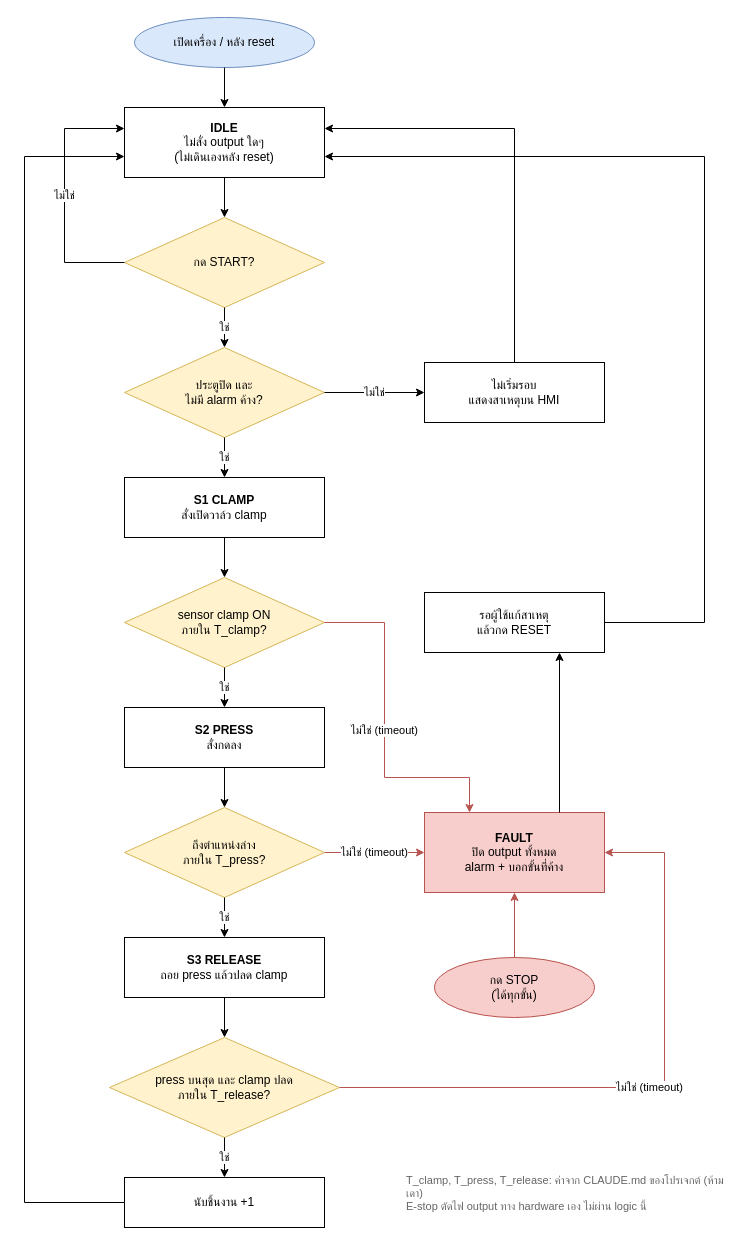
GotPatipan39/gppi keeps this draw.io diagram as skills/flowchart/examples/clamp-press-cycle.drawio. Above is the earlier version. Source tidied: cells renumbered, new cells numbered last; positions are measured from the earlier drawing's top-left corner, leaving out a move shared by most shapes. Both pictures are drawn from the tidied source at 100%, with x=0, y=0 at pixel (24, 17).
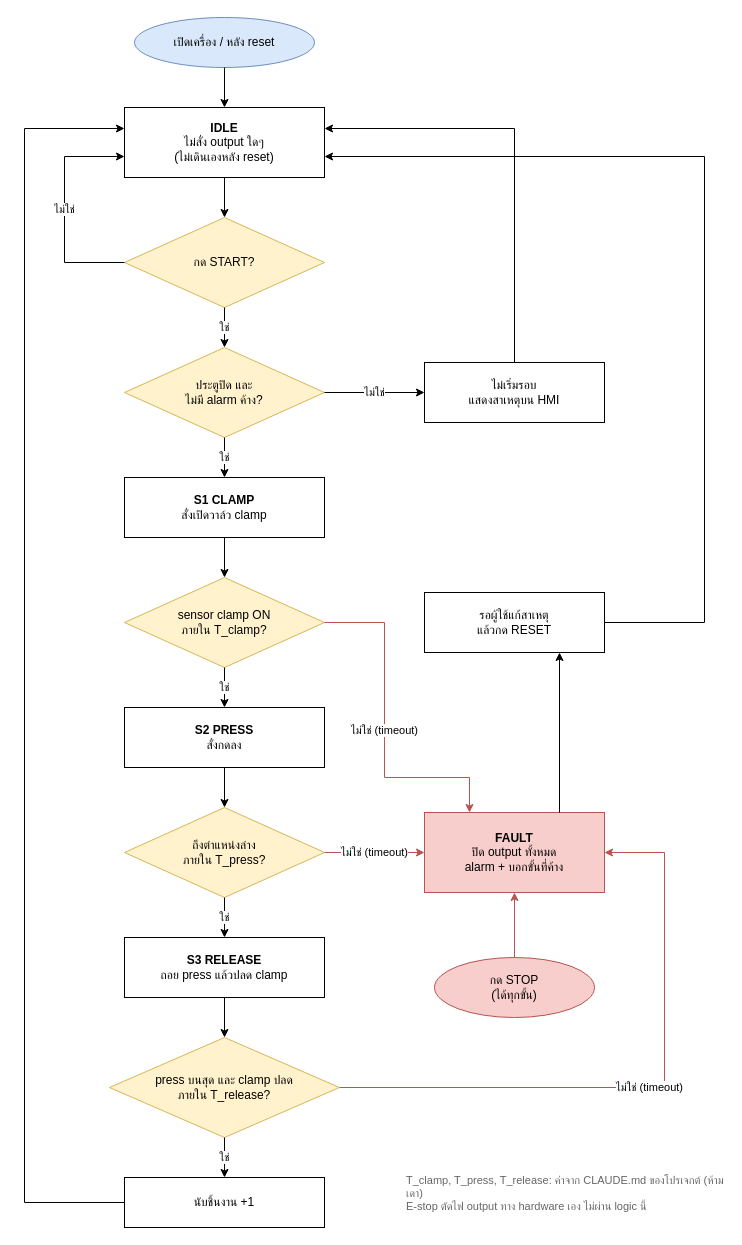
The same page after the edit.

Commit message (it also covers changes not shown here):
flowchart v1.1.0: geometry checks and draw.io auto-layout

Unchanged cells that the change refers to:
```xml
<mxCell id="3" value="&lt;b&gt;IDLE&lt;/b&gt;&lt;br&gt;ไม่สั่ง output ใดๆ&lt;br&gt;(ไม่เดินเองหลัง reset)" style="rounded=0;whiteSpace=wrap;html=1;" parent="1" vertex="1">
  <mxGeometry x="100" y="90" width="200" height="70" as="geometry" />
</mxCell>
<mxCell id="4" value="กด START?" style="rhombus;whiteSpace=wrap;html=1;fillColor=#fff2cc;strokeColor=#d6b656;" parent="1" vertex="1">
  <mxGeometry x="100" y="200" width="200" height="90" as="geometry" />
</mxCell>
<mxCell id="13" value="นับชิ้นงาน +1" style="rounded=0;whiteSpace=wrap;html=1;" parent="1" vertex="1">
  <mxGeometry x="100" y="1160" width="200" height="50" as="geometry" />
</mxCell>
```

What changed in the source:
```diff
@@
-    <mxCell id="21" value="ไม่ใช่" style="edgeStyle=orthogonalEdgeStyle;rounded=0;html=1;exitX=0;exitY=0.5;entryX=0;entryY=0.3;" parent="1" edge="1" source="4" target="3">
+    <mxCell id="21" value="ไม่ใช่" style="edgeStyle=orthogonalEdgeStyle;rounded=0;html=1;exitX=0;exitY=0.5;entryX=0;entryY=0.7;" parent="1" edge="1" source="4" target="3">
       <mxGeometry relative="1" as="geometry">
         <Array as="points">
           <mxPoint x="40" y="245" />
-          <mxPoint x="40" y="111" />
+          <mxPoint x="40" y="139" />
         </Array>
       </mxGeometry>
     </mxCell>
@@
-    <mxCell id="34" style="edgeStyle=orthogonalEdgeStyle;rounded=0;html=1;exitX=0;exitY=0.5;entryX=0;entryY=0.7;" parent="1" edge="1" source="13" target="3">
+    <mxCell id="34" style="edgeStyle=orthogonalEdgeStyle;rounded=0;html=1;exitX=0;exitY=0.5;entryX=0;entryY=0.3;" parent="1" edge="1" source="13" target="3">
       <mxGeometry relative="1" as="geometry">
         <Array as="points">
           <mxPoint y="1185" />
-          <mxPoint y="139" />
+          <mxPoint y="111" />
         </Array>
       </mxGeometry>
     </mxCell>
```
